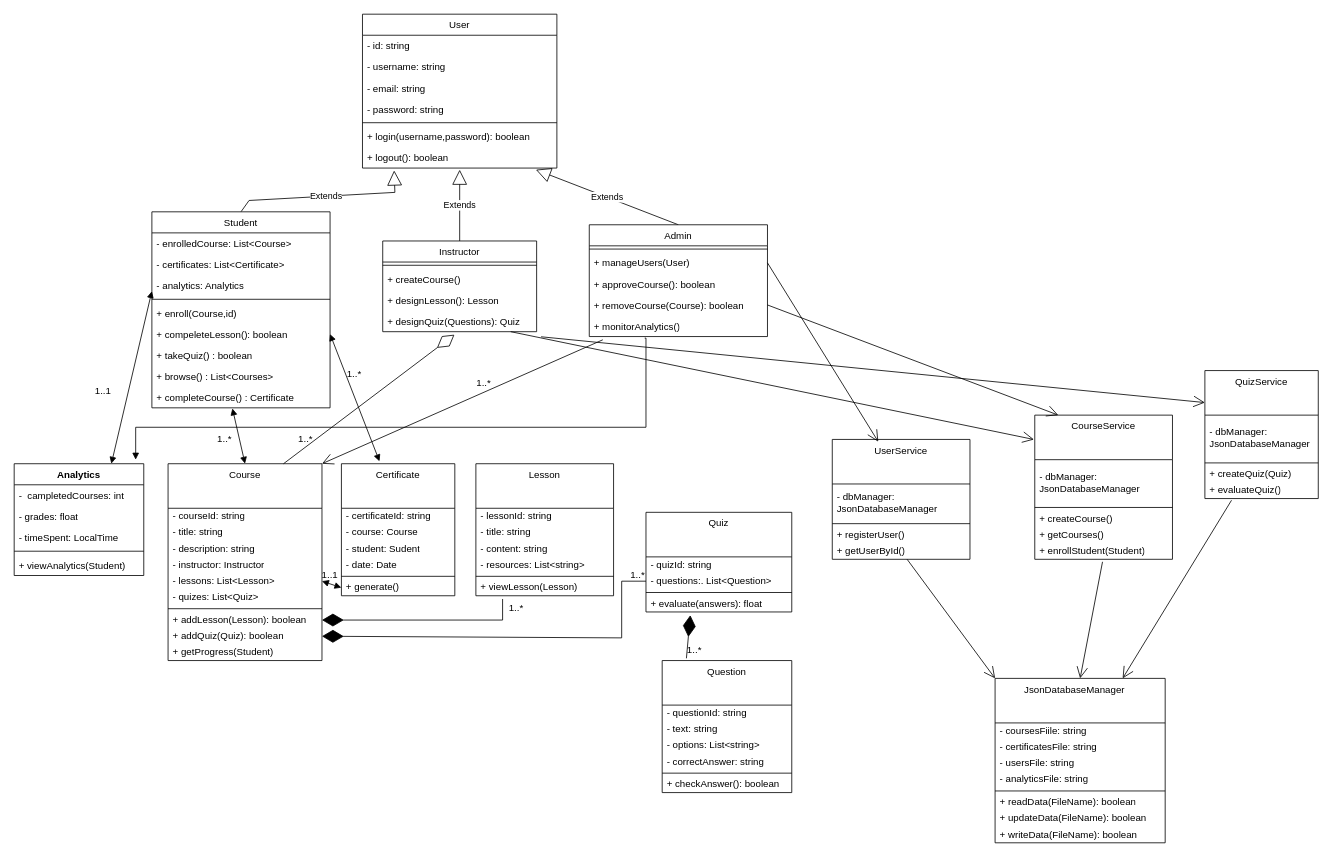
This is page "Page-1" (1 of 2) of ClassDiagram.drawio from ahmed-elmasryy/SkillForge-UML-Design, a draw.io file, before an edit. Source tidied: cells renumbered, new cells numbered last; positions are measured from the earlier drawing's top-left corner, leaving out a move shared by most shapes. Both pictures are drawn from the tidied source at 81%, with x=0, y=0 at pixel (14, 14).
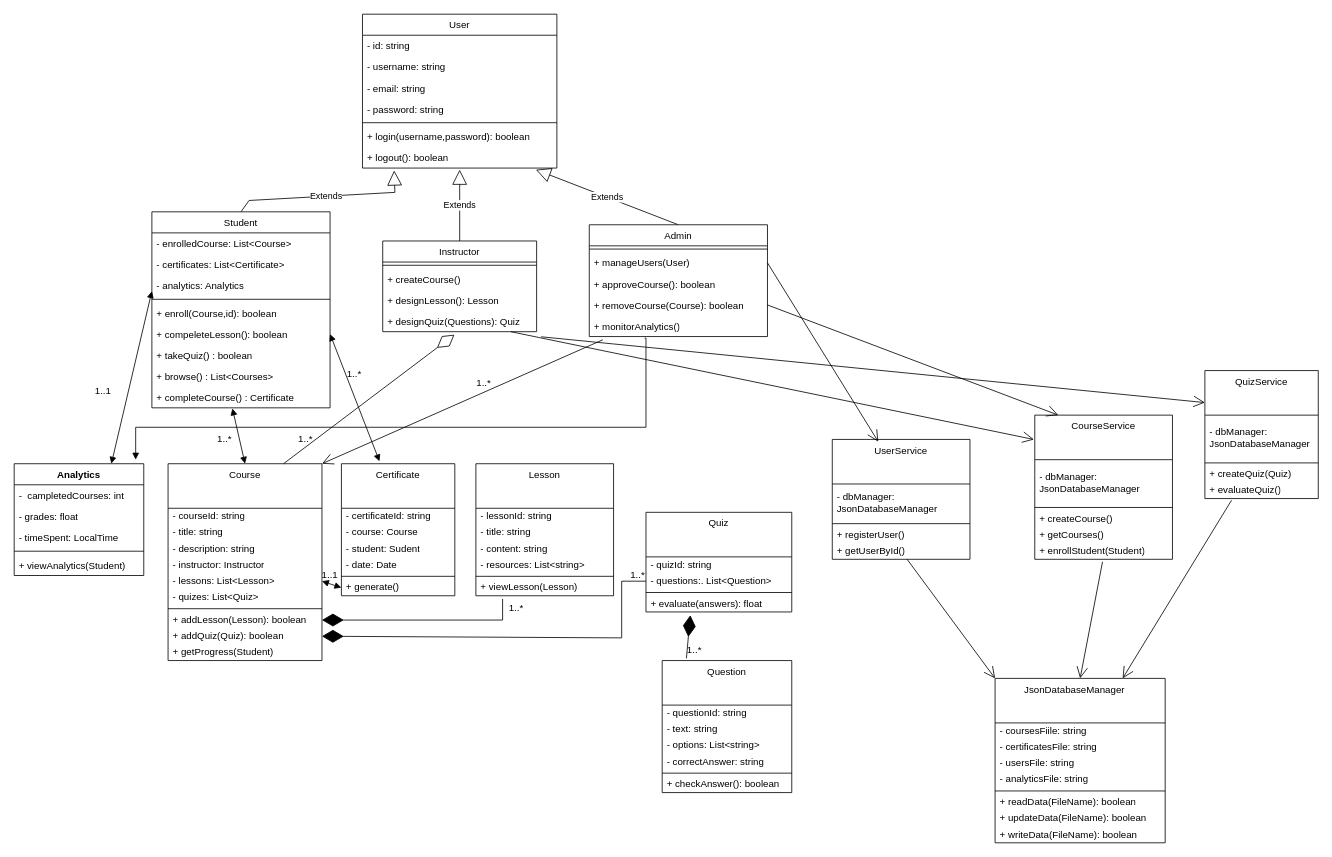
After the change.

The change refers to these unchanged cells:
```xml
<mxCell id="81" value="&lt;span style=&quot;font-weight: 400;&quot;&gt;Student&lt;/span&gt;" style="swimlane;fontStyle=1;align=center;verticalAlign=top;horizontal=1;startSize=26;whiteSpace=wrap;html=1;" parent="1" vertex="1">
  <mxGeometry x="170" y="244" width="220" height="242" as="geometry" />
</mxCell>
```

Change to the diagram source:
```diff
@@
-    <mxCell id="86" value="+ enroll(Course,id)" style="text;strokeColor=none;fillColor=none;align=left;verticalAlign=top;spacingLeft=4;spacingRight=4;overflow=hidden;whiteSpace=wrap;html=1;" parent="81" vertex="1">
+    <mxCell id="86" value="+ enroll(Course,id): boolean" style="text;strokeColor=none;fillColor=none;align=left;verticalAlign=top;spacingLeft=4;spacingRight=4;overflow=hidden;whiteSpace=wrap;html=1;" parent="81" vertex="1">
       <mxGeometry y="112" width="220" height="26" as="geometry" />
     </mxCell>
```
